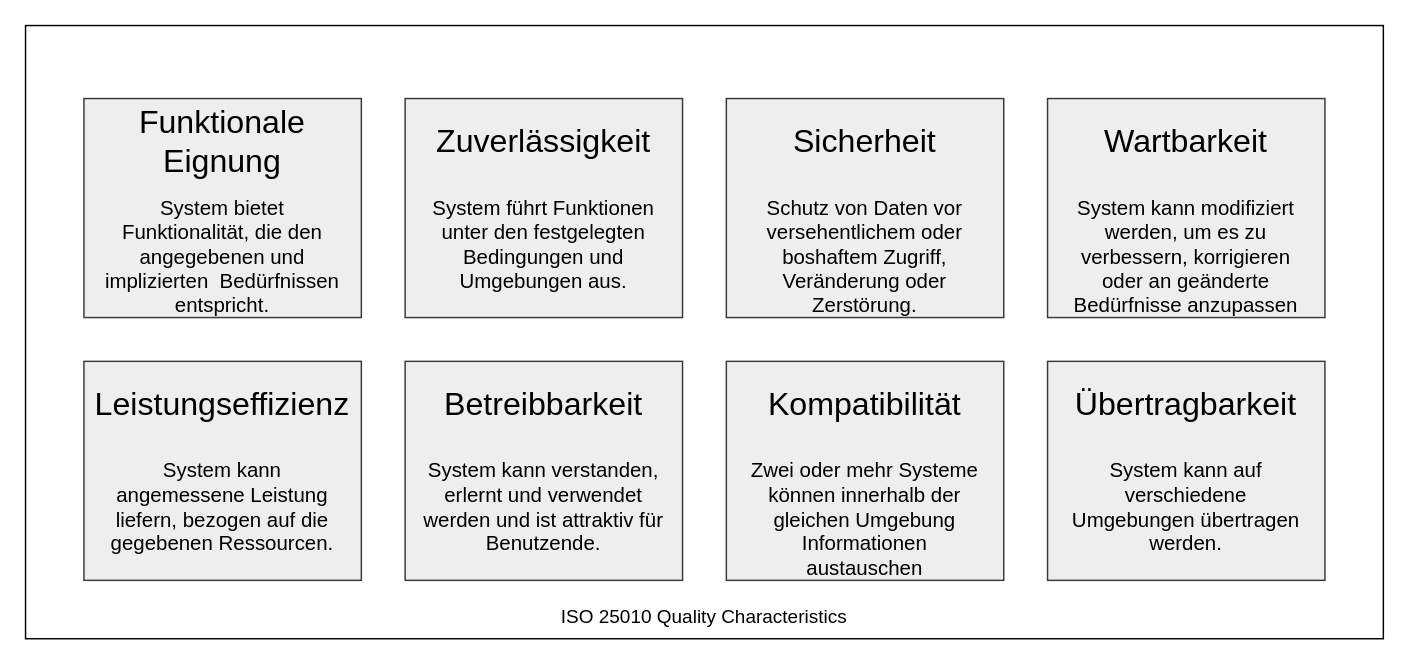
Before: graphics-originals/1-2-iso-25010-topics-de.drawio in arc42/arc42-template, a draw.io diagram. Source tidied: cells renumbered, new cells numbered last; positions are measured from the earlier drawing's top-left corner, leaving out a move shared by most shapes. Both pictures are drawn from the tidied source at 146%, with x=0, y=0 at pixel (25, 25).
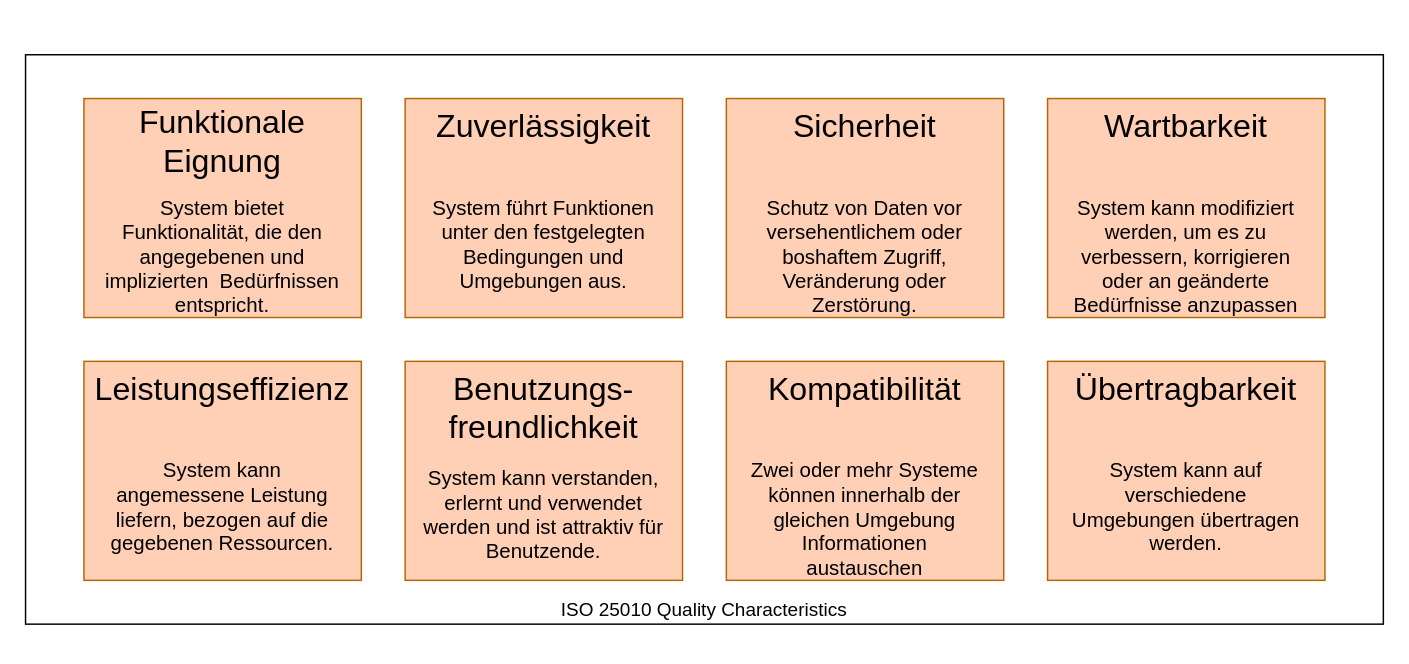
Above is the later version.

Commit message (it also covers changes not shown here):
update to correct ISO 25010 version

The edit, as a diff of the source:
```diff
@@
-    <mxCell id="2" style="rounded=0;whiteSpace=wrap;html=1;" parent="1" vertex="1">
-      <mxGeometry width="930" height="420" as="geometry" />
-    </mxCell>
-    <mxCell id="3" value="ISO 25010 Quality Characteristics" style="text;html=1;strokeColor=none;fillColor=none;align=center;verticalAlign=middle;whiteSpace=wrap;rounded=0;fontSize=13;" parent="1" vertex="1">
-      <mxGeometry y="390" width="930" height="30" as="geometry" />
-    </mxCell>
-    <mxCell id="4" style="rounded=0;whiteSpace=wrap;html=1;fontSize=14;fillColor=#eeeeee;strokeColor=#36393d;" parent="1" vertex="1">
-      <mxGeometry x="40" y="50" width="190" height="150" as="geometry" />
-    </mxCell>
+    <mxCell id="28" style="rounded=0;whiteSpace=wrap;html=1;" parent="1" vertex="1">
+      <mxGeometry y="20" width="930" height="390" as="geometry" />
+    </mxCell>
+    <mxCell id="29" style="rounded=0;whiteSpace=wrap;html=1;fontSize=14;fillColor=#FFCFB6;strokeColor=#b46504;" parent="1" vertex="1">
+      <mxGeometry x="40" y="50" width="190" height="150" as="geometry" />
+    </mxCell>
@@
-    <mxCell id="7" style="rounded=0;whiteSpace=wrap;html=1;fontSize=14;fillColor=#eeeeee;strokeColor=#36393d;" parent="1" vertex="1">
-      <mxGeometry x="260" y="50" width="190" height="150" as="geometry" />
-    </mxCell>
+    <mxCell id="30" style="rounded=0;whiteSpace=wrap;html=1;fontSize=14;fillColor=#FFCFB6;strokeColor=#b46504;" parent="1" vertex="1">
+      <mxGeometry x="260" y="50" width="190" height="150" as="geometry" />
+    </mxCell>
-    <mxCell id="8" value="Zuverlässigkeit" style="text;html=1;strokeColor=none;fillColor=none;align=center;verticalAlign=middle;whiteSpace=wrap;rounded=0;fontSize=22;" parent="1" vertex="1">
+    <mxCell id="8" value="Zuverlässigkeit" style="text;html=1;strokeColor=none;fillColor=none;align=center;verticalAlign=top;whiteSpace=wrap;rounded=0;fontSize=22;" parent="1" vertex="1">
       <mxGeometry x="260" y="50" width="190" height="60" as="geometry" />
     </mxCell>
@@
-    <mxCell id="10" style="rounded=0;whiteSpace=wrap;html=1;fontSize=14;fillColor=#eeeeee;strokeColor=#36393d;" parent="1" vertex="1">
-      <mxGeometry x="480" y="50" width="190" height="150" as="geometry" />
-    </mxCell>
+    <mxCell id="31" style="rounded=0;whiteSpace=wrap;html=1;fontSize=14;fillColor=#FFCFB6;strokeColor=#b46504;" parent="1" vertex="1">
+      <mxGeometry x="480" y="50" width="190" height="150" as="geometry" />
+    </mxCell>
-    <mxCell id="11" value="Sicherheit" style="text;html=1;strokeColor=none;fillColor=none;align=center;verticalAlign=middle;whiteSpace=wrap;rounded=0;fontSize=22;" parent="1" vertex="1">
+    <mxCell id="11" value="Sicherheit" style="text;html=1;strokeColor=none;fillColor=none;align=center;verticalAlign=top;whiteSpace=wrap;rounded=0;fontSize=22;" parent="1" vertex="1">
       <mxGeometry x="480" y="50" width="190" height="60" as="geometry" />
     </mxCell>
@@
-    <mxCell id="13" style="rounded=0;whiteSpace=wrap;html=1;fontSize=14;fillColor=#eeeeee;strokeColor=#36393d;" parent="1" vertex="1">
-      <mxGeometry x="700" y="50" width="190" height="150" as="geometry" />
-    </mxCell>
+    <mxCell id="32" style="rounded=0;whiteSpace=wrap;html=1;fontSize=14;fillColor=#FFCFB6;strokeColor=#b46504;" parent="1" vertex="1">
+      <mxGeometry x="700" y="50" width="190" height="150" as="geometry" />
+    </mxCell>
-    <mxCell id="14" value="Wartbarkeit" style="text;html=1;strokeColor=none;fillColor=none;align=center;verticalAlign=middle;whiteSpace=wrap;rounded=0;fontSize=22;" parent="1" vertex="1">
+    <mxCell id="14" value="Wartbarkeit" style="text;html=1;strokeColor=none;fillColor=none;align=center;verticalAlign=top;whiteSpace=wrap;rounded=0;fontSize=22;" parent="1" vertex="1">
       <mxGeometry x="700" y="50" width="190" height="60" as="geometry" />
     </mxCell>
@@
-    <mxCell id="16" style="rounded=0;whiteSpace=wrap;html=1;fontSize=14;fillColor=#eeeeee;strokeColor=#36393d;" parent="1" vertex="1">
-      <mxGeometry x="40" y="230" width="190" height="150" as="geometry" />
-    </mxCell>
+    <mxCell id="33" style="rounded=0;whiteSpace=wrap;html=1;fontSize=14;fillColor=#FFCFB6;strokeColor=#b46504;" parent="1" vertex="1">
+      <mxGeometry x="40" y="230" width="190" height="150" as="geometry" />
+    </mxCell>
-    <mxCell id="17" value="Leistungseffizienz" style="text;html=1;strokeColor=none;fillColor=none;align=center;verticalAlign=middle;whiteSpace=wrap;rounded=0;fontSize=22;" parent="1" vertex="1">
+    <mxCell id="17" value="Leistungseffizienz" style="text;html=1;strokeColor=none;fillColor=none;align=center;verticalAlign=top;whiteSpace=wrap;rounded=0;fontSize=22;" parent="1" vertex="1">
       <mxGeometry x="40" y="230" width="190" height="60" as="geometry" />
     </mxCell>
@@
-    <mxCell id="19" style="rounded=0;whiteSpace=wrap;html=1;fontSize=14;fillColor=#eeeeee;strokeColor=#36393d;" parent="1" vertex="1">
-      <mxGeometry x="260" y="230" width="190" height="150" as="geometry" />
-    </mxCell>
-    <mxCell id="20" value="Betreibbarkeit" style="text;html=1;strokeColor=none;fillColor=none;align=center;verticalAlign=middle;whiteSpace=wrap;rounded=0;fontSize=22;" parent="1" vertex="1">
-      <mxGeometry x="260" y="230" width="190" height="60" as="geometry" />
-    </mxCell>
+    <mxCell id="34" style="rounded=0;whiteSpace=wrap;html=1;fontSize=14;fillColor=#FFCFB6;strokeColor=#b46504;" parent="1" vertex="1">
+      <mxGeometry x="260" y="230" width="190" height="150" as="geometry" />
+    </mxCell>
+    <mxCell id="35" value="Benutzungs-&lt;br&gt;freundlichkeit" style="text;html=1;strokeColor=none;fillColor=none;align=center;verticalAlign=top;whiteSpace=wrap;rounded=0;fontSize=22;" parent="1" vertex="1">
+      <mxGeometry x="260" y="230" width="190" height="60" as="geometry" />
+    </mxCell>
     <mxCell id="21" value="System kann verstanden, erlernt und verwendet werden und ist attraktiv für Benutzende." style="text;html=1;strokeColor=none;fillColor=none;align=center;verticalAlign=top;whiteSpace=wrap;rounded=0;fontSize=14;" parent="1" vertex="1">
-      <mxGeometry x="270" y="290" width="170" height="90" as="geometry" />
+      <mxGeometry x="270" y="295" width="170" height="90" as="geometry" />
     </mxCell>
-    <mxCell id="22" style="rounded=0;whiteSpace=wrap;html=1;fontSize=14;fillColor=#eeeeee;strokeColor=#36393d;" parent="1" vertex="1">
-      <mxGeometry x="480" y="230" width="190" height="150" as="geometry" />
-    </mxCell>
+    <mxCell id="36" style="rounded=0;whiteSpace=wrap;html=1;fontSize=14;fillColor=#FFCFB6;strokeColor=#b46504;" parent="1" vertex="1">
+      <mxGeometry x="480" y="230" width="190" height="150" as="geometry" />
+    </mxCell>
-    <mxCell id="23" value="Kompatibilität" style="text;html=1;strokeColor=none;fillColor=none;align=center;verticalAlign=middle;whiteSpace=wrap;rounded=0;fontSize=22;" parent="1" vertex="1">
+    <mxCell id="23" value="Kompatibilität" style="text;html=1;strokeColor=none;fillColor=none;align=center;verticalAlign=top;whiteSpace=wrap;rounded=0;fontSize=22;" parent="1" vertex="1">
       <mxGeometry x="480" y="230" width="190" height="60" as="geometry" />
     </mxCell>
@@
-    <mxCell id="25" style="rounded=0;whiteSpace=wrap;html=1;fontSize=14;fillColor=#eeeeee;strokeColor=#36393d;" parent="1" vertex="1">
-      <mxGeometry x="700" y="230" width="190" height="150" as="geometry" />
-    </mxCell>
+    <mxCell id="37" style="rounded=0;whiteSpace=wrap;html=1;fontSize=14;fillColor=#FFCFB6;strokeColor=#b46504;" parent="1" vertex="1">
+      <mxGeometry x="700" y="230" width="190" height="150" as="geometry" />
+    </mxCell>
-    <mxCell id="26" value="Übertragbarkeit" style="text;html=1;strokeColor=none;fillColor=none;align=center;verticalAlign=middle;whiteSpace=wrap;rounded=0;fontSize=22;" parent="1" vertex="1">
+    <mxCell id="26" value="Übertragbarkeit" style="text;html=1;strokeColor=none;fillColor=none;align=center;verticalAlign=top;whiteSpace=wrap;rounded=0;fontSize=22;" parent="1" vertex="1">
       <mxGeometry x="700" y="230" width="190" height="60" as="geometry" />
     </mxCell>
@@
+    <mxCell id="3" value="ISO 25010 Quality Characteristics" style="text;html=1;strokeColor=none;fillColor=none;align=center;verticalAlign=middle;whiteSpace=wrap;rounded=0;fontSize=13;" parent="1" vertex="1">
+      <mxGeometry y="385" width="930" height="30" as="geometry" />
+    </mxCell>
```
